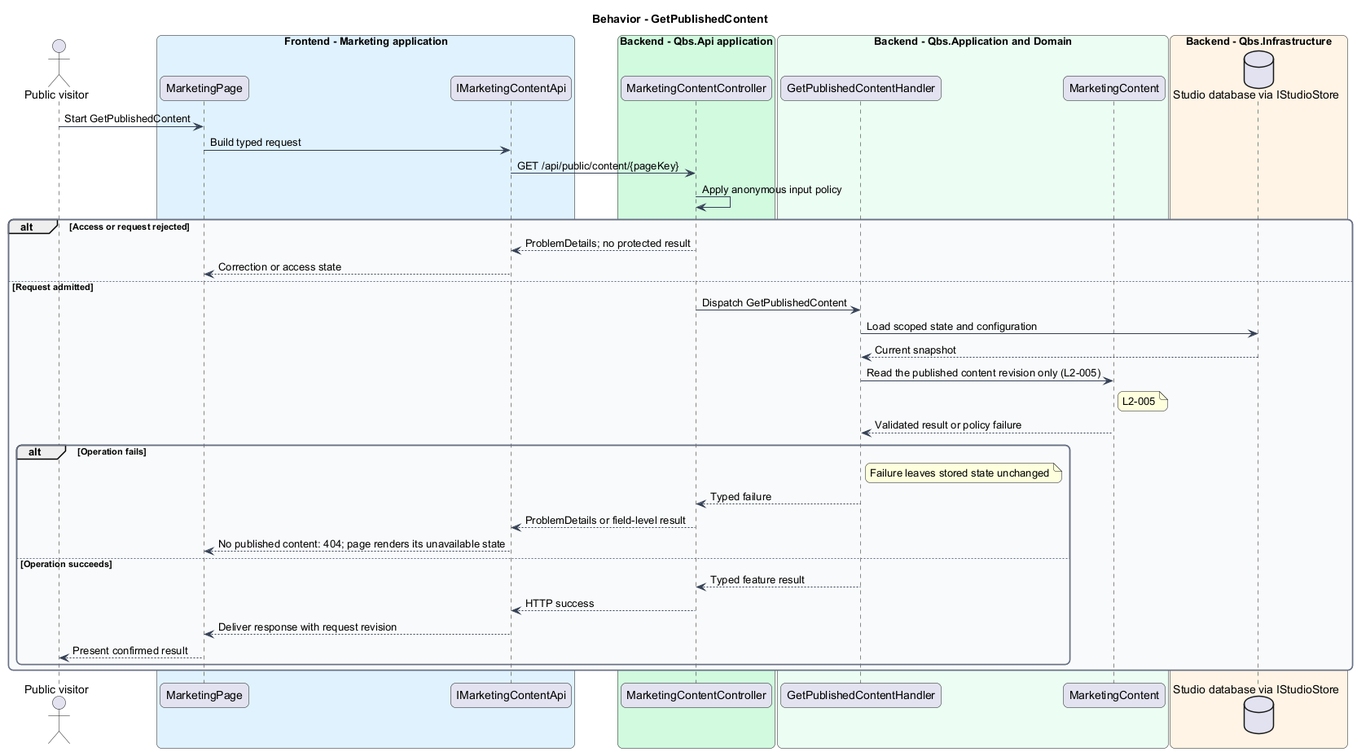
Before: docs/detailed-designs/public-presentation/manage-marketing-content/diagrams/sequence-get-published-content.png, a diagram exported from PlantUML (QuinntyneBrown/quinntyne-brown-studio).
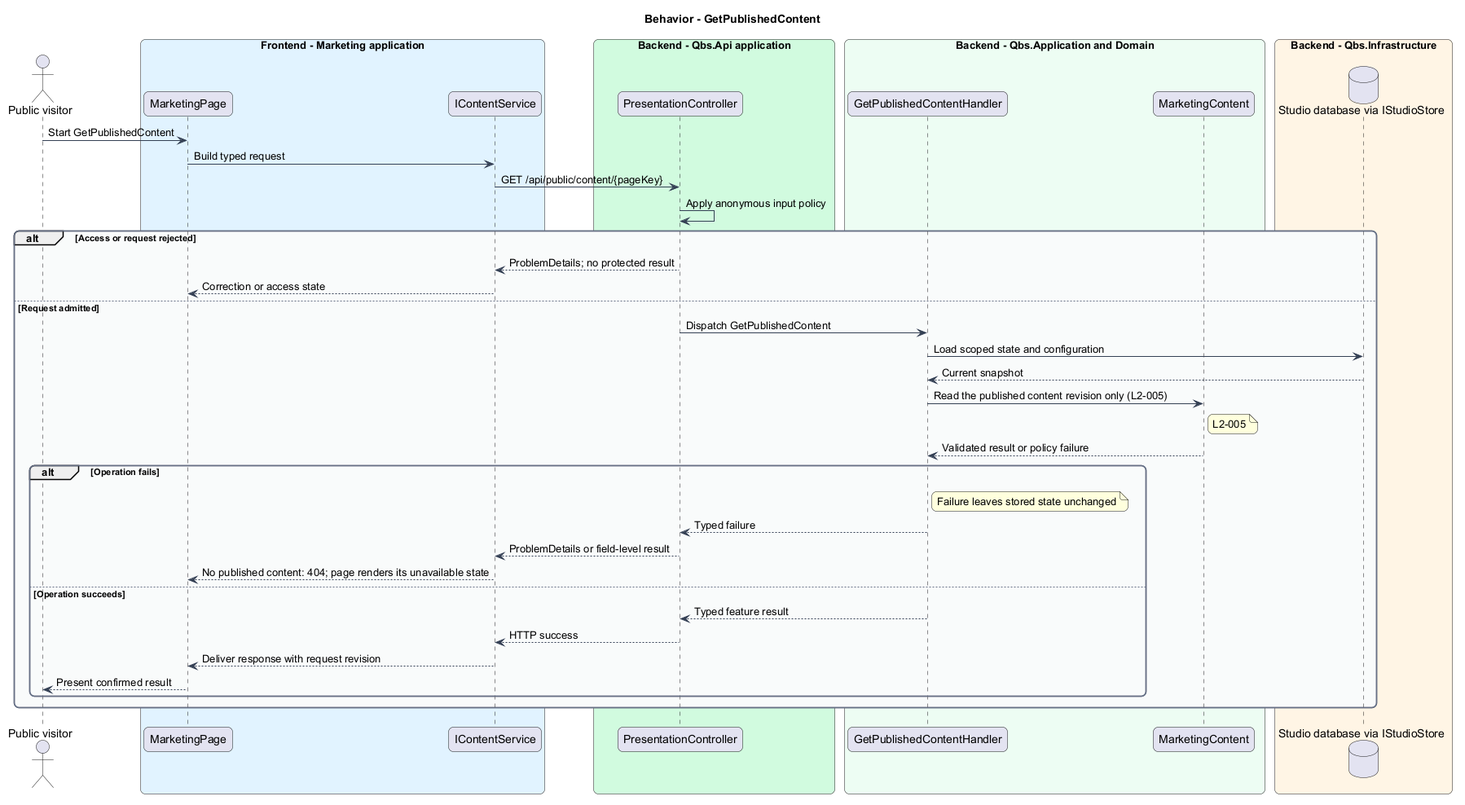
The same file after the commit.

The edit, as a diff of the source:
```diff
@@ -17,10 +17,10 @@
 actor "Public visitor" as actor
 box "Frontend - Marketing application" #E0F2FE
  participant "MarketingPage" as page
- participant "IMarketingContentApi" as client
+ participant "IContentService" as client
 end box
 box "Backend - Qbs.Api application" #D1FADF
- participant "MarketingContentController" as controller
+ participant "PresentationController" as controller
 end box
 box "Backend - Qbs.Application and Domain" #ECFDF3
  participant "GetPublishedContentHandler" as handler
```
